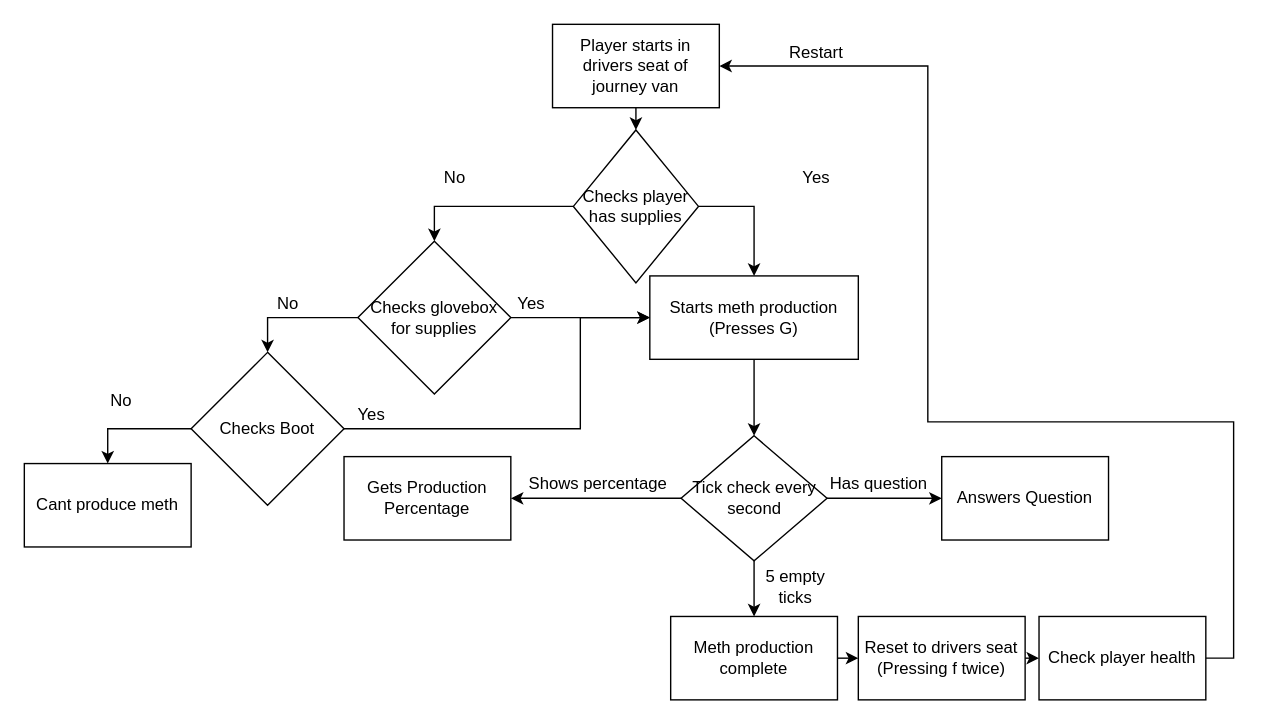
Earlier version of the draw.io diagram images/XMLDiagrams.drawio (HarryLudemann/NSRP-Automation). Source tidied: cells renumbered, new cells numbered last; positions are measured from the earlier drawing's top-left corner, leaving out a move shared by most shapes. Both pictures are drawn from the tidied source at 139%, with x=0, y=0 at pixel (24, 24).
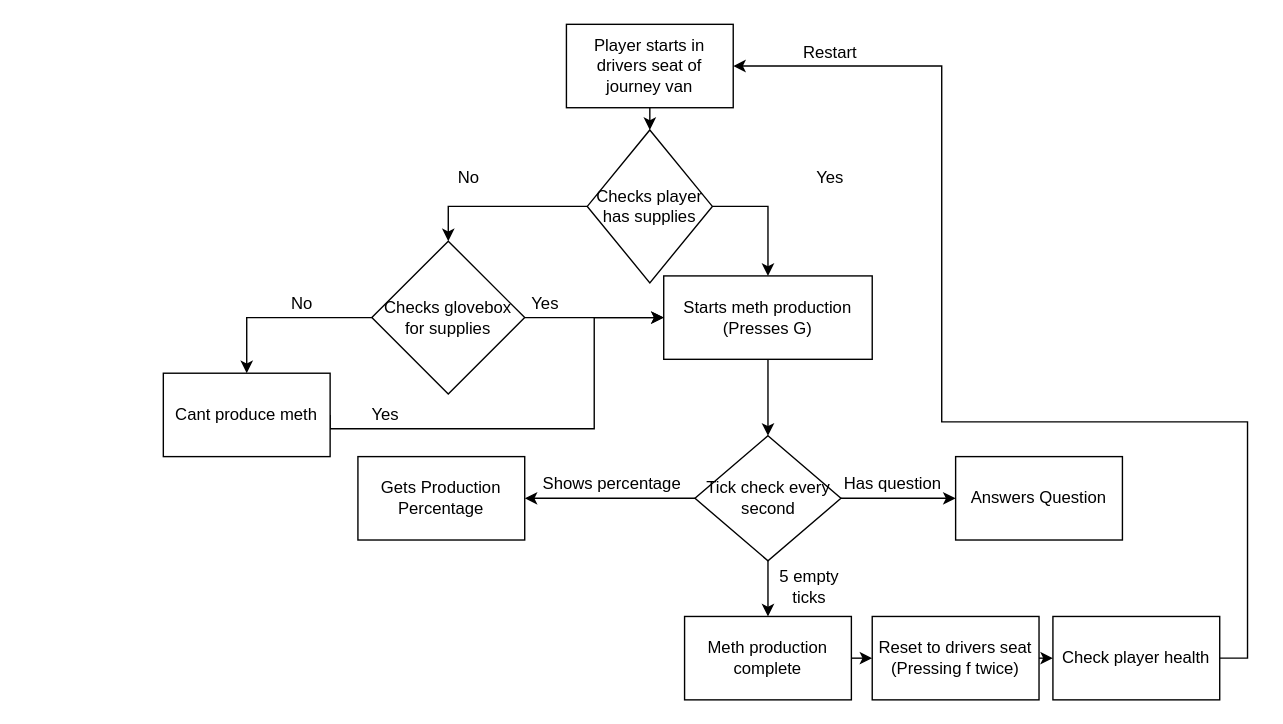
After the change.

Diff of the diagram source:
```diff
@@
+    <mxCell id="38" style="group;" parent="1" vertex="1">
+      <mxGeometry x="10" width="870" height="486" as="geometry" />
+    </mxCell>
+    <mxCell id="3" value="Player starts in drivers seat of journey van" style="rounded=0;whiteSpace=wrap;html=1;" parent="38" vertex="1">
+      <mxGeometry x="380" width="120" height="60" as="geometry" />
+    </mxCell>
+    <mxCell id="6" value="Checks player has supplies" style="rhombus;whiteSpace=wrap;html=1;" parent="38" vertex="1">
+      <mxGeometry x="395" y="76" width="90" height="110" as="geometry" />
+    </mxCell>
-    <mxCell id="2" style="edgeStyle=orthogonalEdgeStyle;rounded=0;jettySize=auto;html=1;exitX=0.5;exitY=1;exitDx=0;exitDy=0;entryX=0.5;entryY=0;entryDx=0;entryDy=0;" parent="1" edge="1" source="3" target="6">
+    <mxCell id="2" style="edgeStyle=orthogonalEdgeStyle;rounded=0;jettySize=auto;html=1;exitX=0.5;exitY=1;exitDx=0;exitDy=0;entryX=0.5;entryY=0;entryDx=0;entryDy=0;" parent="38" edge="1" source="3" target="6">
       <mxGeometry relative="1" as="geometry" />
     </mxCell>
-    <mxCell id="3" value="Player starts in drivers seat of journey van" style="rounded=0;whiteSpace=wrap;html=1;" parent="1" vertex="1">
-      <mxGeometry x="380" width="120" height="60" as="geometry" />
-    </mxCell>
-    <mxCell id="4" style="edgeStyle=orthogonalEdgeStyle;rounded=0;jettySize=auto;html=1;exitX=0;exitY=0.5;exitDx=0;exitDy=0;entryX=0.5;entryY=0;entryDx=0;entryDy=0;" parent="1" edge="1" source="6" target="11">
-      <mxGeometry relative="1" as="geometry" />
-    </mxCell>
+    <mxCell id="8" value="Starts meth production (Presses G)" style="rounded=0;whiteSpace=wrap;html=1;" parent="38" vertex="1">
+      <mxGeometry x="450" y="181" width="150" height="60" as="geometry" />
+    </mxCell>
-    <mxCell id="5" style="edgeStyle=orthogonalEdgeStyle;rounded=0;jettySize=auto;html=1;exitX=1;exitY=0.5;exitDx=0;exitDy=0;entryX=0.5;entryY=0;entryDx=0;entryDy=0;" parent="1" edge="1" source="6" target="8">
+    <mxCell id="5" style="edgeStyle=orthogonalEdgeStyle;rounded=0;jettySize=auto;html=1;exitX=1;exitY=0.5;exitDx=0;exitDy=0;entryX=0.5;entryY=0;entryDx=0;entryDy=0;" parent="38" edge="1" source="6" target="8">
       <mxGeometry relative="1" as="geometry" />
     </mxCell>
-    <mxCell id="6" value="Checks player has supplies" style="rhombus;whiteSpace=wrap;html=1;" parent="1" vertex="1">
-      <mxGeometry x="395" y="76" width="90" height="110" as="geometry" />
-    </mxCell>
-    <mxCell id="7" style="edgeStyle=orthogonalEdgeStyle;rounded=0;jettySize=auto;html=1;exitX=0.5;exitY=1;exitDx=0;exitDy=0;entryX=0.5;entryY=0;entryDx=0;entryDy=0;" parent="1" edge="1" source="8" target="23">
-      <mxGeometry relative="1" as="geometry" />
-    </mxCell>
-    <mxCell id="8" value="Starts meth production (Presses G)" style="rounded=0;whiteSpace=wrap;html=1;" parent="1" vertex="1">
-      <mxGeometry x="450" y="181" width="150" height="60" as="geometry" />
-    </mxCell>
-    <mxCell id="9" style="edgeStyle=orthogonalEdgeStyle;rounded=0;jettySize=auto;html=1;exitX=0;exitY=0.5;exitDx=0;exitDy=0;entryX=0.5;entryY=0;entryDx=0;entryDy=0;" parent="1" edge="1" source="11" target="16">
-      <mxGeometry relative="1" as="geometry" />
-    </mxCell>
-    <mxCell id="10" style="edgeStyle=orthogonalEdgeStyle;rounded=0;jettySize=auto;html=1;exitX=1;exitY=0.5;exitDx=0;exitDy=0;entryX=0;entryY=0.5;entryDx=0;entryDy=0;" parent="1" edge="1" source="11" target="8">
+    <mxCell id="10" style="edgeStyle=orthogonalEdgeStyle;rounded=0;jettySize=auto;html=1;exitX=1;exitY=0.5;exitDx=0;exitDy=0;entryX=0;entryY=0.5;entryDx=0;entryDy=0;" parent="38" edge="1" source="11" target="8">
       <mxGeometry relative="1" as="geometry" />
     </mxCell>
-    <mxCell id="11" value="Checks glovebox for supplies" style="rhombus;whiteSpace=wrap;html=1;" parent="1" vertex="1">
+    <mxCell id="11" value="Checks glovebox for supplies" style="rhombus;whiteSpace=wrap;html=1;" parent="38" vertex="1">
       <mxGeometry x="240" y="156" width="110" height="110" as="geometry" />
     </mxCell>
+    <mxCell id="4" style="edgeStyle=orthogonalEdgeStyle;rounded=0;jettySize=auto;html=1;exitX=0;exitY=0.5;exitDx=0;exitDy=0;entryX=0.5;entryY=0;entryDx=0;entryDy=0;" parent="38" edge="1" source="6" target="11">
+      <mxGeometry relative="1" as="geometry" />
+    </mxCell>
-    <mxCell id="12" value="No" style="text;html=1;strokeColor=none;fillColor=none;align=center;verticalAlign=middle;whiteSpace=wrap;rounded=0;" parent="1" vertex="1">
+    <mxCell id="12" value="No" style="text;html=1;strokeColor=none;fillColor=none;align=center;verticalAlign=middle;whiteSpace=wrap;rounded=0;" parent="38" vertex="1">
       <mxGeometry x="280" y="96" width="60" height="30" as="geometry" />
     </mxCell>
-    <mxCell id="13" value="Yes" style="text;html=1;strokeColor=none;fillColor=none;align=center;verticalAlign=middle;whiteSpace=wrap;rounded=0;" parent="1" vertex="1">
+    <mxCell id="13" value="Yes" style="text;html=1;strokeColor=none;fillColor=none;align=center;verticalAlign=middle;whiteSpace=wrap;rounded=0;" parent="38" vertex="1">
       <mxGeometry x="540" y="96" width="60" height="30" as="geometry" />
     </mxCell>
-    <mxCell id="14" style="edgeStyle=orthogonalEdgeStyle;rounded=0;jettySize=auto;html=1;exitX=0;exitY=0.5;exitDx=0;exitDy=0;entryX=0.5;entryY=0;entryDx=0;entryDy=0;" parent="1" edge="1" source="16" target="18">
-      <mxGeometry relative="1" as="geometry" />
-    </mxCell>
-    <mxCell id="15" style="edgeStyle=orthogonalEdgeStyle;rounded=0;jettySize=auto;html=1;exitX=1;exitY=0.5;exitDx=0;exitDy=0;entryX=0;entryY=0.5;entryDx=0;entryDy=0;" parent="1" edge="1" source="16" target="8">
+    <mxCell id="15" style="edgeStyle=orthogonalEdgeStyle;rounded=0;jettySize=auto;html=1;exitX=1;exitY=0.5;exitDx=0;exitDy=0;entryX=0;entryY=0.5;entryDx=0;entryDy=0;" parent="38" edge="1" source="18" target="8">
       <mxGeometry relative="1" as="geometry">
         <Array as="points">
+          <mxPoint x="210" y="291" />
           <mxPoint x="400" y="291" />
           <mxPoint x="400" y="211" />
         </Array>
       </mxGeometry>
     </mxCell>
-    <mxCell id="16" value="Checks Boot" style="rhombus;whiteSpace=wrap;html=1;" parent="1" vertex="1">
-      <mxGeometry x="120" y="236" width="110" height="110" as="geometry" />
-    </mxCell>
+    <mxCell id="9" style="edgeStyle=orthogonalEdgeStyle;rounded=0;jettySize=auto;html=1;exitX=0;exitY=0.5;exitDx=0;exitDy=0;entryX=0.5;entryY=0;entryDx=0;entryDy=0;" parent="38" edge="1" source="11" target="18">
+      <mxGeometry relative="1" as="geometry" />
+    </mxCell>
-    <mxCell id="17" value="No" style="text;html=1;strokeColor=none;fillColor=none;align=center;verticalAlign=middle;whiteSpace=wrap;rounded=0;" parent="1" vertex="1">
+    <mxCell id="17" value="No" style="text;html=1;strokeColor=none;fillColor=none;align=center;verticalAlign=middle;whiteSpace=wrap;rounded=0;" parent="38" vertex="1">
       <mxGeometry x="160" y="186" width="60" height="30" as="geometry" />
     </mxCell>
-    <mxCell id="18" value="Cant produce meth" style="rounded=0;whiteSpace=wrap;html=1;" parent="1" vertex="1">
-      <mxGeometry y="316" width="120" height="60" as="geometry" />
+    <mxCell id="18" value="Cant produce meth" style="rounded=0;whiteSpace=wrap;html=1;" parent="38" vertex="1">
+      <mxGeometry x="90" y="251" width="120" height="60" as="geometry" />
     </mxCell>
-    <mxCell id="19" value="No" style="text;html=1;strokeColor=none;fillColor=none;align=center;verticalAlign=middle;whiteSpace=wrap;rounded=0;" parent="1" vertex="1">
-      <mxGeometry x="40" y="256" width="60" height="30" as="geometry" />
-    </mxCell>
-    <mxCell id="20" style="edgeStyle=orthogonalEdgeStyle;rounded=0;jettySize=auto;html=1;exitX=1;exitY=0.5;exitDx=0;exitDy=0;entryX=0;entryY=0.5;entryDx=0;entryDy=0;" parent="1" edge="1" source="23" target="26">
-      <mxGeometry relative="1" as="geometry" />
-    </mxCell>
-    <mxCell id="21" style="edgeStyle=orthogonalEdgeStyle;rounded=0;jettySize=auto;html=1;exitX=0;exitY=0.5;exitDx=0;exitDy=0;entryX=1;entryY=0.5;entryDx=0;entryDy=0;" parent="1" edge="1" source="23" target="27">
-      <mxGeometry relative="1" as="geometry" />
-    </mxCell>
-    <mxCell id="22" style="edgeStyle=orthogonalEdgeStyle;rounded=0;jettySize=auto;html=1;exitX=0.5;exitY=1;exitDx=0;exitDy=0;entryX=0.5;entryY=0;entryDx=0;entryDy=0;" parent="1" edge="1" source="23" target="31">
-      <mxGeometry relative="1" as="geometry" />
-    </mxCell>
-    <mxCell id="23" value="Tick check every second" style="rhombus;whiteSpace=wrap;html=1;" parent="1" vertex="1">
+    <mxCell id="23" value="Tick check every second" style="rhombus;whiteSpace=wrap;html=1;" parent="38" vertex="1">
       <mxGeometry x="472.5" y="296" width="105" height="90" as="geometry" />
     </mxCell>
+    <mxCell id="7" style="edgeStyle=orthogonalEdgeStyle;rounded=0;jettySize=auto;html=1;exitX=0.5;exitY=1;exitDx=0;exitDy=0;entryX=0.5;entryY=0;entryDx=0;entryDy=0;" parent="38" edge="1" source="8" target="23">
+      <mxGeometry relative="1" as="geometry" />
+    </mxCell>
-    <mxCell id="24" value="Yes" style="text;html=1;strokeColor=none;fillColor=none;align=center;verticalAlign=middle;whiteSpace=wrap;rounded=0;" parent="1" vertex="1">
+    <mxCell id="24" value="Yes" style="text;html=1;strokeColor=none;fillColor=none;align=center;verticalAlign=middle;whiteSpace=wrap;rounded=0;" parent="38" vertex="1">
       <mxGeometry x="220" y="266" width="60" height="30" as="geometry" />
     </mxCell>
-    <mxCell id="25" value="Yes" style="text;html=1;strokeColor=none;fillColor=none;align=center;verticalAlign=middle;whiteSpace=wrap;rounded=0;" parent="1" vertex="1">
+    <mxCell id="25" value="Yes" style="text;html=1;strokeColor=none;fillColor=none;align=center;verticalAlign=middle;whiteSpace=wrap;rounded=0;" parent="38" vertex="1">
       <mxGeometry x="335" y="186" width="60" height="30" as="geometry" />
     </mxCell>
-    <mxCell id="26" value="Answers Question" style="rounded=0;whiteSpace=wrap;html=1;" parent="1" vertex="1">
+    <mxCell id="26" value="Answers Question" style="rounded=0;whiteSpace=wrap;html=1;" parent="38" vertex="1">
       <mxGeometry x="660" y="311" width="120" height="60" as="geometry" />
     </mxCell>
+    <mxCell id="20" style="edgeStyle=orthogonalEdgeStyle;rounded=0;jettySize=auto;html=1;exitX=1;exitY=0.5;exitDx=0;exitDy=0;entryX=0;entryY=0.5;entryDx=0;entryDy=0;" parent="38" edge="1" source="23" target="26">
+      <mxGeometry relative="1" as="geometry" />
+    </mxCell>
-    <mxCell id="27" value="Gets Production Percentage" style="rounded=0;whiteSpace=wrap;html=1;" parent="1" vertex="1">
+    <mxCell id="27" value="Gets Production Percentage" style="rounded=0;whiteSpace=wrap;html=1;" parent="38" vertex="1">
       <mxGeometry x="230" y="311" width="120" height="60" as="geometry" />
     </mxCell>
+    <mxCell id="21" style="edgeStyle=orthogonalEdgeStyle;rounded=0;jettySize=auto;html=1;exitX=0;exitY=0.5;exitDx=0;exitDy=0;entryX=1;entryY=0.5;entryDx=0;entryDy=0;" parent="38" edge="1" source="23" target="27">
+      <mxGeometry relative="1" as="geometry" />
+    </mxCell>
-    <mxCell id="28" value="Has question" style="text;html=1;strokeColor=none;fillColor=none;align=center;verticalAlign=middle;whiteSpace=wrap;rounded=0;" parent="1" vertex="1">
+    <mxCell id="28" value="Has question" style="text;html=1;strokeColor=none;fillColor=none;align=center;verticalAlign=middle;whiteSpace=wrap;rounded=0;" parent="38" vertex="1">
       <mxGeometry x="575" y="316" width="80" height="30" as="geometry" />
     </mxCell>
-    <mxCell id="29" value="Shows percentage" style="text;html=1;strokeColor=none;fillColor=none;align=center;verticalAlign=middle;whiteSpace=wrap;rounded=0;" parent="1" vertex="1">
+    <mxCell id="29" value="Shows percentage" style="text;html=1;strokeColor=none;fillColor=none;align=center;verticalAlign=middle;whiteSpace=wrap;rounded=0;" parent="38" vertex="1">
       <mxGeometry x="352.5" y="316" width="120" height="30" as="geometry" />
     </mxCell>
+    <mxCell id="31" value="Meth production complete" style="rounded=0;whiteSpace=wrap;html=1;" parent="38" vertex="1">
+      <mxGeometry x="465" y="426" width="120" height="60" as="geometry" />
+    </mxCell>
+    <mxCell id="22" style="edgeStyle=orthogonalEdgeStyle;rounded=0;jettySize=auto;html=1;exitX=0.5;exitY=1;exitDx=0;exitDy=0;entryX=0.5;entryY=0;entryDx=0;entryDy=0;" parent="38" edge="1" source="23" target="31">
+      <mxGeometry relative="1" as="geometry" />
+    </mxCell>
+    <mxCell id="32" value="5 empty ticks" style="text;html=1;strokeColor=none;fillColor=none;align=center;verticalAlign=middle;whiteSpace=wrap;rounded=0;" parent="38" vertex="1">
+      <mxGeometry x="525" y="390" width="60" height="30" as="geometry" />
+    </mxCell>
+    <mxCell id="34" value="Reset to drivers seat (Pressing f twice)" style="rounded=0;whiteSpace=wrap;html=1;" parent="38" vertex="1">
+      <mxGeometry x="600" y="426" width="120" height="60" as="geometry" />
+    </mxCell>
-    <mxCell id="30" style="edgeStyle=orthogonalEdgeStyle;rounded=0;jettySize=auto;html=1;exitX=1;exitY=0.5;exitDx=0;exitDy=0;entryX=0;entryY=0.5;entryDx=0;entryDy=0;" parent="1" edge="1" source="31" target="34">
+    <mxCell id="30" style="edgeStyle=orthogonalEdgeStyle;rounded=0;jettySize=auto;html=1;exitX=1;exitY=0.5;exitDx=0;exitDy=0;entryX=0;entryY=0.5;entryDx=0;entryDy=0;" parent="38" edge="1" source="31" target="34">
       <mxGeometry relative="1" as="geometry" />
     </mxCell>
-    <mxCell id="31" value="Meth production complete" style="rounded=0;whiteSpace=wrap;html=1;" parent="1" vertex="1">
-      <mxGeometry x="465" y="426" width="120" height="60" as="geometry" />
-    </mxCell>
-    <mxCell id="32" value="5 empty ticks" style="text;html=1;strokeColor=none;fillColor=none;align=center;verticalAlign=middle;whiteSpace=wrap;rounded=0;" parent="1" vertex="1">
-      <mxGeometry x="525" y="390" width="60" height="30" as="geometry" />
-    </mxCell>
-    <mxCell id="33" style="edgeStyle=orthogonalEdgeStyle;rounded=0;jettySize=auto;html=1;exitX=1;exitY=0.5;exitDx=0;exitDy=0;entryX=0;entryY=0.5;entryDx=0;entryDy=0;" parent="1" edge="1" source="34" target="36">
-      <mxGeometry relative="1" as="geometry" />
-    </mxCell>
-    <mxCell id="34" value="Reset to drivers seat (Pressing f twice)" style="rounded=0;whiteSpace=wrap;html=1;" parent="1" vertex="1">
-      <mxGeometry x="600" y="426" width="120" height="60" as="geometry" />
-    </mxCell>
-    <mxCell id="35" style="edgeStyle=orthogonalEdgeStyle;rounded=0;jettySize=auto;html=1;exitX=1;exitY=0.5;exitDx=0;exitDy=0;entryX=1;entryY=0.5;entryDx=0;entryDy=0;" parent="1" edge="1" source="36" target="3">
+    <mxCell id="35" style="edgeStyle=orthogonalEdgeStyle;rounded=0;jettySize=auto;html=1;exitX=1;exitY=0.5;exitDx=0;exitDy=0;entryX=1;entryY=0.5;entryDx=0;entryDy=0;" parent="38" edge="1" source="36" target="3">
       <mxGeometry relative="1" as="geometry">
         <Array as="points">
           <mxPoint x="870" y="456" />
           <mxPoint x="870" y="286" />
           <mxPoint x="650" y="286" />
           <mxPoint x="650" y="30" />
         </Array>
       </mxGeometry>
     </mxCell>
-    <mxCell id="36" value="Check player health" style="rounded=0;whiteSpace=wrap;html=1;" parent="1" vertex="1">
+    <mxCell id="36" value="Check player health" style="rounded=0;whiteSpace=wrap;html=1;" parent="38" vertex="1">
       <mxGeometry x="730" y="426" width="120" height="60" as="geometry" />
     </mxCell>
+    <mxCell id="33" style="edgeStyle=orthogonalEdgeStyle;rounded=0;jettySize=auto;html=1;exitX=1;exitY=0.5;exitDx=0;exitDy=0;entryX=0;entryY=0.5;entryDx=0;entryDy=0;" parent="38" edge="1" source="34" target="36">
+      <mxGeometry relative="1" as="geometry" />
+    </mxCell>
-    <mxCell id="37" value="Restart" style="text;html=1;strokeColor=none;fillColor=none;align=center;verticalAlign=middle;whiteSpace=wrap;rounded=0;" parent="1" vertex="1">
+    <mxCell id="37" value="Restart" style="text;html=1;strokeColor=none;fillColor=none;align=center;verticalAlign=middle;whiteSpace=wrap;rounded=0;" parent="38" vertex="1">
       <mxGeometry x="540" y="6" width="60" height="30" as="geometry" />
     </mxCell>
```
